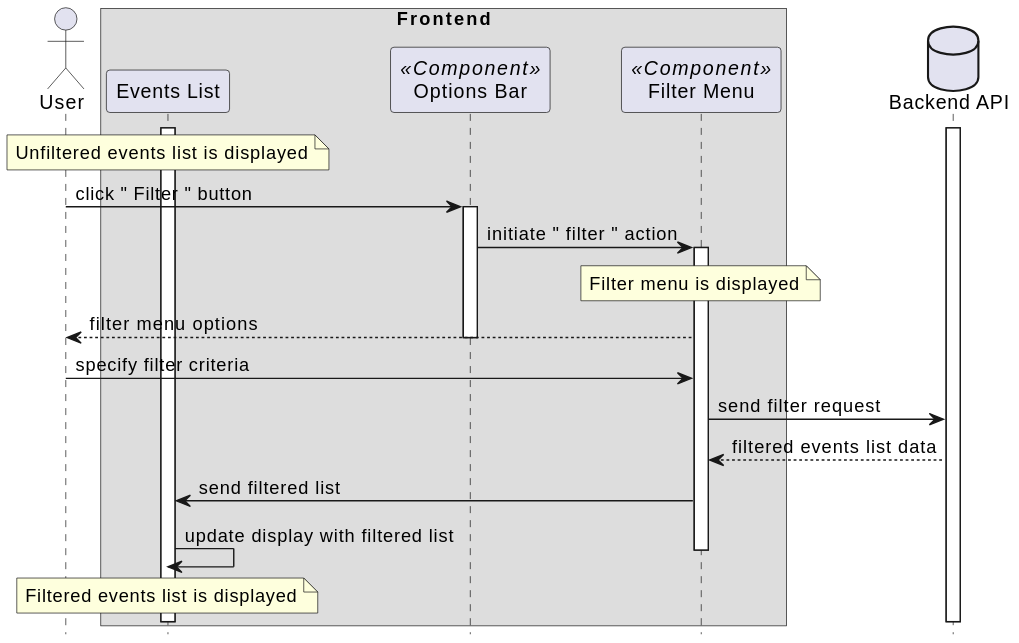
This is docs/sequencediagrams/svg/filter_events.svg from Modern-MISP/frontend, a PlantUML export, as it was before one commit.
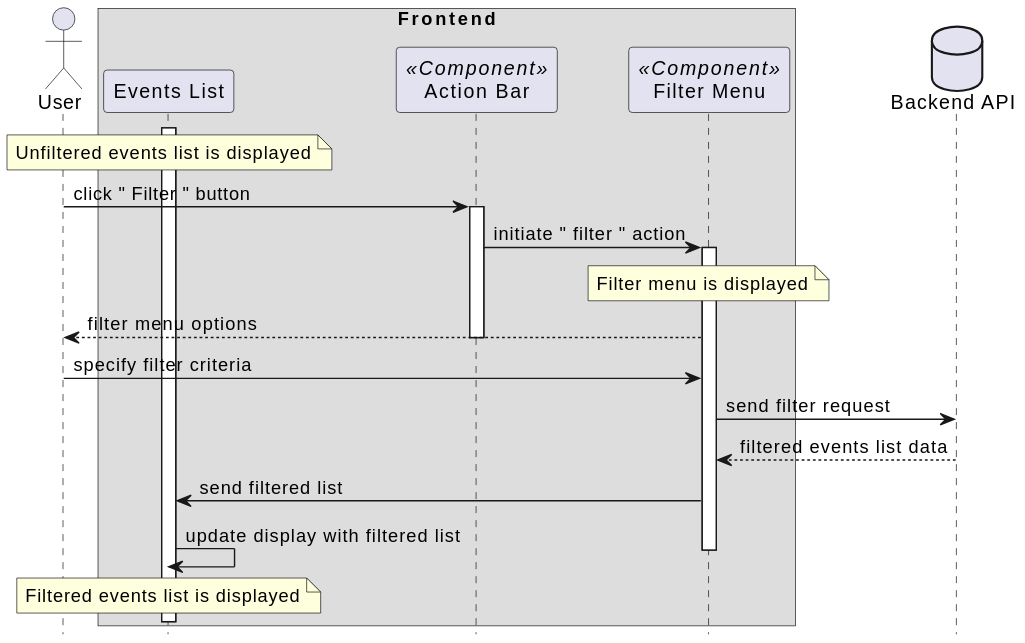
Above is the later version.

The edit, as a diff of the source:
```diff
@@ -4,12 +4,10 @@
 actor User as user
 box "Frontend"
 participant "Events List" as eventlist
-participant "Options Bar" as topmenu <<Component>>
+participant "Action Bar" as topmenu <<Component>>
 participant "Filter Menu" as filter <<Component>>
 end box
 database "Backend API" as api
-
-activate api
 
 activate eventlist
 note over eventlist : Unfiltered events list is displayed
```
